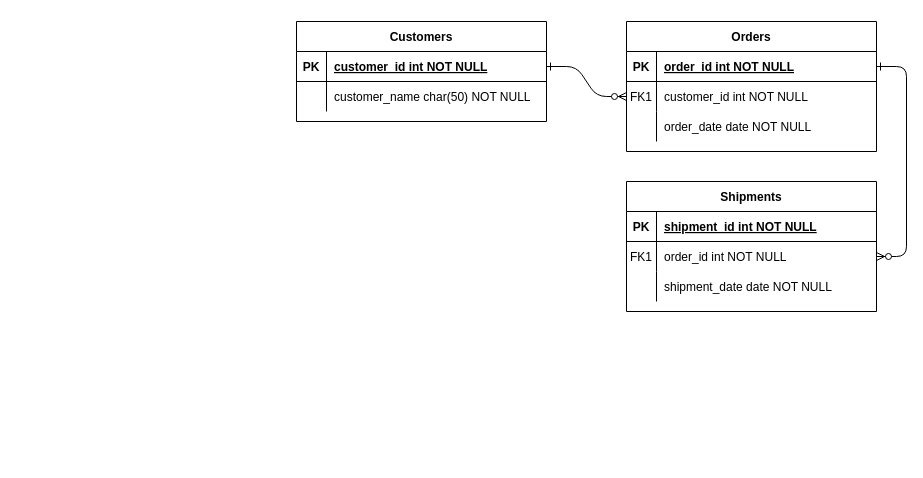
This is documentation/erds/FamilyThingsERD.drawio from WimpieRatte/FamilyThings, a draw.io file, before an edit. Source tidied: cells renumbered, new cells numbered last; positions are measured from the earlier drawing's top-left corner, leaving out a move shared by most shapes. Both pictures are drawn from the tidied source at 100%, with x=0, y=0 at pixel (296, 21).
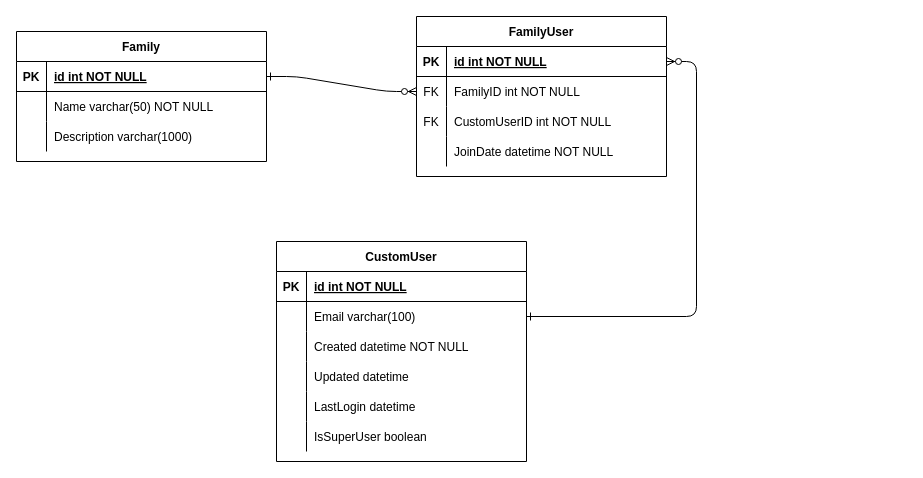
After the change.

Unchanged cells that the change refers to:
```xml
<mxCell id="5" style="shape=partialRectangle;fillColor=none;points=[[0,0.5],[1,0.5]];portConstraint=eastwest;top=0;left=0;right=0;bottom=1;" parent="4" vertex="1">
  <mxGeometry y="30" width="250" height="30" as="geometry" />
</mxCell>
<mxCell id="8" style="shape=partialRectangle;fillColor=none;points=[[0,0.5],[1,0.5]];portConstraint=eastwest;top=0;left=0;right=0;bottom=0;" parent="4" vertex="1">
  <mxGeometry y="60" width="250" height="30" as="geometry" />
</mxCell>
<mxCell id="11" style="shape=partialRectangle;fillColor=none;top=0;left=0;right=0;bottom=0;" parent="4" vertex="1">
  <mxGeometry y="90" width="250" height="30" as="geometry" />
</mxCell>
<mxCell id="15" style="shape=partialRectangle;fillColor=none;top=0;left=0;right=0;bottom=1;" parent="14" vertex="1">
  <mxGeometry y="30" width="250" height="30" as="geometry" />
</mxCell>
<mxCell id="18" style="shape=partialRectangle;fillColor=none;points=[[0,0.5],[1,0.5]];portConstraint=eastwest;top=0;left=0;right=0;bottom=0;" parent="14" vertex="1">
  <mxGeometry y="60" width="250" height="30" as="geometry" />
</mxCell>
<mxCell id="21" style="shape=partialRectangle;fillColor=none;top=0;left=0;right=0;bottom=0;" parent="14" vertex="1">
  <mxGeometry y="90" width="250" height="30" as="geometry" />
</mxCell>
<mxCell id="25" style="shape=partialRectangle;fillColor=none;points=[[0,0.5],[1,0.5]];portConstraint=eastwest;top=0;left=0;right=0;bottom=1;" parent="24" vertex="1">
  <mxGeometry y="30" width="250" height="30" as="geometry" />
</mxCell>
<mxCell id="28" style="shape=partialRectangle;fillColor=none;top=0;left=0;right=0;bottom=0;" parent="24" vertex="1">
  <mxGeometry y="60" width="250" height="30" as="geometry" />
</mxCell>
```

The edit, as a diff of the source:
```diff
@@
-    <mxCell id="3" style="edgeStyle=entityRelationEdgeStyle;endArrow=ERzeroToMany;startArrow=ERone;endFill=1;startFill=0;" parent="1" edge="1" source="5" target="18">
-      <mxGeometry relative="1" as="geometry" />
-    </mxCell>
-    <mxCell id="4" value="Orders" style="shape=table;startSize=30;childLayout=tableLayout;rowLines=0;fontStyle=1;align=center;" parent="1" vertex="1">
-      <mxGeometry x="330" width="250" height="130" as="geometry" />
+    <mxCell id="4" value="FamilyUser" style="shape=table;startSize=30;childLayout=tableLayout;rowLines=0;fontStyle=1;align=center;" parent="1" vertex="1">
+      <mxGeometry x="120" y="-5" width="250" height="160" as="geometry" />
     </mxCell>
@@
-    <mxCell id="7" value="order_id int NOT NULL " style="shape=partialRectangle;overflow=hidden;fillColor=none;top=0;left=0;bottom=0;right=0;align=left;spacingLeft=6;fontStyle=5;" parent="5" vertex="1">
+    <mxCell id="7" value="id int NOT NULL " style="shape=partialRectangle;overflow=hidden;fillColor=none;top=0;left=0;bottom=0;right=0;align=left;spacingLeft=6;fontStyle=5;" parent="5" vertex="1">
       <mxGeometry x="30" width="220" height="30" as="geometry" />
     </mxCell>
@@
-    <mxCell id="9" value="FK1" style="shape=partialRectangle;overflow=hidden;fillColor=none;top=0;left=0;bottom=0;right=0;" parent="8" vertex="1">
+    <mxCell id="9" value="FK" style="shape=partialRectangle;overflow=hidden;fillColor=none;top=0;left=0;bottom=0;right=0;" parent="8" vertex="1">
       <mxGeometry width="30" height="30" as="geometry" />
     </mxCell>
-    <mxCell id="10" value="customer_id int NOT NULL" style="shape=partialRectangle;overflow=hidden;fillColor=none;top=0;left=0;bottom=0;right=0;align=left;spacingLeft=6;" parent="8" vertex="1">
+    <mxCell id="10" value="FamilyID int NOT NULL" style="shape=partialRectangle;overflow=hidden;fillColor=none;top=0;left=0;bottom=0;right=0;align=left;spacingLeft=6;" parent="8" vertex="1">
       <mxGeometry x="30" width="220" height="30" as="geometry" />
     </mxCell>
@@
-    <mxCell id="12" style="shape=partialRectangle;overflow=hidden;fillColor=none;top=0;left=0;bottom=0;right=0;" parent="11" vertex="1">
+    <mxCell id="12" value="FK" style="shape=partialRectangle;overflow=hidden;fillColor=none;top=0;left=0;bottom=0;right=0;" parent="11" vertex="1">
       <mxGeometry width="30" height="30" as="geometry" />
     </mxCell>
-    <mxCell id="13" value="order_date date NOT NULL" style="shape=partialRectangle;overflow=hidden;fillColor=none;top=0;left=0;bottom=0;right=0;align=left;spacingLeft=6;" parent="11" vertex="1">
+    <mxCell id="13" value="CustomUserID int NOT NULL" style="shape=partialRectangle;overflow=hidden;fillColor=none;top=0;left=0;bottom=0;right=0;align=left;spacingLeft=6;" parent="11" vertex="1">
       <mxGeometry x="30" width="220" height="30" as="geometry" />
     </mxCell>
+    <mxCell id="31" style="shape=partialRectangle;fillColor=none;top=0;left=0;right=0;bottom=0;" parent="4" vertex="1">
+      <mxGeometry y="120" width="250" height="30" as="geometry" />
+    </mxCell>
+    <mxCell id="32" style="shape=partialRectangle;overflow=hidden;fillColor=none;top=0;left=0;bottom=0;right=0;" parent="31" vertex="1">
+      <mxGeometry width="30" height="30" as="geometry" />
+    </mxCell>
+    <mxCell id="33" value="JoinDate datetime NOT NULL" style="shape=partialRectangle;overflow=hidden;fillColor=none;top=0;left=0;bottom=0;right=0;align=left;spacingLeft=6;" parent="31" vertex="1">
+      <mxGeometry x="30" width="220" height="30" as="geometry" />
+    </mxCell>
-    <mxCell id="14" value="Shipments" style="shape=table;startSize=30;childLayout=tableLayout;rowLines=0;fontStyle=1;align=center;" parent="1" vertex="1">
-      <mxGeometry x="330" y="160" width="250" height="130" as="geometry" />
+    <mxCell id="14" value="CustomUser" style="shape=table;startSize=30;childLayout=tableLayout;rowLines=0;fontStyle=1;align=center;" parent="1" vertex="1">
+      <mxGeometry x="-20" y="220" width="250" height="220" as="geometry" />
     </mxCell>
@@
-    <mxCell id="17" value="shipment_id int NOT NULL " style="shape=partialRectangle;overflow=hidden;fillColor=none;top=0;left=0;bottom=0;right=0;align=left;spacingLeft=6;fontStyle=5;" parent="15" vertex="1">
+    <mxCell id="17" value="id int NOT NULL " style="shape=partialRectangle;overflow=hidden;fillColor=none;top=0;left=0;bottom=0;right=0;align=left;spacingLeft=6;fontStyle=5;" parent="15" vertex="1">
       <mxGeometry x="30" width="220" height="30" as="geometry" />
     </mxCell>
@@
-    <mxCell id="19" value="FK1" style="shape=partialRectangle;overflow=hidden;fillColor=none;top=0;left=0;bottom=0;right=0;" parent="18" vertex="1">
+    <mxCell id="19" style="shape=partialRectangle;overflow=hidden;fillColor=none;top=0;left=0;bottom=0;right=0;" parent="18" vertex="1">
       <mxGeometry width="30" height="30" as="geometry" />
     </mxCell>
-    <mxCell id="20" value="order_id int NOT NULL" style="shape=partialRectangle;overflow=hidden;fillColor=none;top=0;left=0;bottom=0;right=0;align=left;spacingLeft=6;" parent="18" vertex="1">
+    <mxCell id="20" value="Email varchar(100)" style="shape=partialRectangle;overflow=hidden;fillColor=none;top=0;left=0;bottom=0;right=0;align=left;spacingLeft=6;" parent="18" vertex="1">
       <mxGeometry x="30" width="220" height="30" as="geometry" />
     </mxCell>
@@
-    <mxCell id="23" value="shipment_date date NOT NULL" style="shape=partialRectangle;overflow=hidden;fillColor=none;top=0;left=0;bottom=0;right=0;align=left;spacingLeft=6;" parent="21" vertex="1">
+    <mxCell id="23" value="Created datetime NOT NULL" style="shape=partialRectangle;overflow=hidden;fillColor=none;top=0;left=0;bottom=0;right=0;align=left;spacingLeft=6;" parent="21" vertex="1">
       <mxGeometry x="30" width="220" height="30" as="geometry" />
     </mxCell>
+    <mxCell id="34" style="shape=partialRectangle;fillColor=none;top=0;left=0;right=0;bottom=0;" parent="14" vertex="1">
+      <mxGeometry y="120" width="250" height="30" as="geometry" />
+    </mxCell>
+    <mxCell id="35" style="shape=partialRectangle;overflow=hidden;fillColor=none;top=0;left=0;bottom=0;right=0;" parent="34" vertex="1">
+      <mxGeometry width="30" height="30" as="geometry" />
+    </mxCell>
+    <mxCell id="36" value="Updated datetime" style="shape=partialRectangle;overflow=hidden;fillColor=none;top=0;left=0;bottom=0;right=0;align=left;spacingLeft=6;" parent="34" vertex="1">
+      <mxGeometry x="30" width="220" height="30" as="geometry" />
+    </mxCell>
+    <mxCell id="37" style="shape=partialRectangle;fillColor=none;top=0;left=0;right=0;bottom=0;" parent="14" vertex="1">
+      <mxGeometry y="150" width="250" height="30" as="geometry" />
+    </mxCell>
+    <mxCell id="38" style="shape=partialRectangle;overflow=hidden;fillColor=none;top=0;left=0;bottom=0;right=0;" parent="37" vertex="1">
+      <mxGeometry width="30" height="30" as="geometry" />
+    </mxCell>
+    <mxCell id="39" value="LastLogin datetime" style="shape=partialRectangle;overflow=hidden;fillColor=none;top=0;left=0;bottom=0;right=0;align=left;spacingLeft=6;" parent="37" vertex="1">
+      <mxGeometry x="30" width="220" height="30" as="geometry" />
+    </mxCell>
+    <mxCell id="40" style="shape=partialRectangle;fillColor=none;top=0;left=0;right=0;bottom=0;" parent="14" vertex="1">
+      <mxGeometry y="180" width="250" height="30" as="geometry" />
+    </mxCell>
+    <mxCell id="41" style="shape=partialRectangle;overflow=hidden;fillColor=none;top=0;left=0;bottom=0;right=0;" parent="40" vertex="1">
+      <mxGeometry width="30" height="30" as="geometry" />
+    </mxCell>
+    <mxCell id="42" value="IsSuperUser boolean" style="shape=partialRectangle;overflow=hidden;fillColor=none;top=0;left=0;bottom=0;right=0;align=left;spacingLeft=6;" parent="40" vertex="1">
+      <mxGeometry x="30" width="220" height="30" as="geometry" />
+    </mxCell>
-    <mxCell id="24" value="Customers" style="shape=table;startSize=30;childLayout=tableLayout;rowLines=0;fontStyle=1;align=center;" parent="1" vertex="1">
-      <mxGeometry width="250" height="100" as="geometry" />
+    <mxCell id="24" value="Family" style="shape=table;startSize=30;childLayout=tableLayout;rowLines=0;fontStyle=1;align=center;" parent="1" vertex="1">
+      <mxGeometry x="-280" y="10" width="250" height="130" as="geometry" />
     </mxCell>
@@
-    <mxCell id="27" value="customer_id int NOT NULL " style="shape=partialRectangle;overflow=hidden;fillColor=none;top=0;left=0;bottom=0;right=0;align=left;spacingLeft=6;fontStyle=5;" parent="25" vertex="1">
+    <mxCell id="27" value="id int NOT NULL " style="shape=partialRectangle;overflow=hidden;fillColor=none;top=0;left=0;bottom=0;right=0;align=left;spacingLeft=6;fontStyle=5;" parent="25" vertex="1">
       <mxGeometry x="30" width="220" height="30" as="geometry" />
     </mxCell>
@@
-    <mxCell id="30" value="customer_name char(50) NOT NULL" style="shape=partialRectangle;overflow=hidden;fillColor=none;top=0;left=0;bottom=0;right=0;align=left;spacingLeft=6;" parent="28" vertex="1">
+    <mxCell id="30" value="Name varchar(50) NOT NULL" style="shape=partialRectangle;overflow=hidden;fillColor=none;top=0;left=0;bottom=0;right=0;align=left;spacingLeft=6;" parent="28" vertex="1">
       <mxGeometry x="30" width="220" height="30" as="geometry" />
     </mxCell>
+    <mxCell id="43" style="shape=partialRectangle;fillColor=none;top=0;left=0;right=0;bottom=0;" parent="24" vertex="1">
+      <mxGeometry y="90" width="250" height="30" as="geometry" />
+    </mxCell>
+    <mxCell id="44" style="shape=partialRectangle;overflow=hidden;fillColor=none;top=0;left=0;bottom=0;right=0;" parent="43" vertex="1">
+      <mxGeometry width="30" height="30" as="geometry" />
+    </mxCell>
+    <mxCell id="45" value="Description varchar(1000)" style="shape=partialRectangle;overflow=hidden;fillColor=none;top=0;left=0;bottom=0;right=0;align=left;spacingLeft=6;" parent="43" vertex="1">
+      <mxGeometry x="30" width="220" height="30" as="geometry" />
+    </mxCell>
+    <mxCell id="3" style="edgeStyle=entityRelationEdgeStyle;endArrow=ERzeroToMany;startArrow=ERone;endFill=1;startFill=0;" parent="1" edge="1" source="18" target="5">
+      <mxGeometry relative="1" as="geometry" />
+    </mxCell>
```
